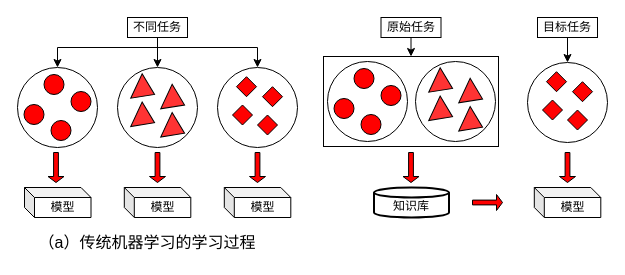
The draw.io diagram 迁移学习介绍.drawio in sunray42/diagrams, before the edit. Source tidied: cells renumbered, new cells numbered last; positions are measured from the earlier drawing's top-left corner, leaving out a move shared by most shapes. Both pictures are drawn from the tidied source at 100%, with x=0, y=0 at pixel (17, 17).
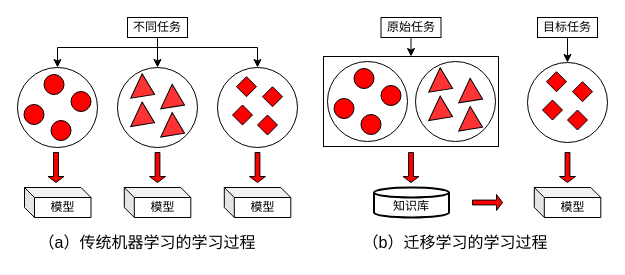
Above is the later version.

Commit message (it also covers changes not shown here):
更新迁移学习介绍.drawio

The edit, as a diff of the source:
```diff
@@
+    <mxCell id="54" value="&lt;font style=&quot;font-size: 16px;&quot;&gt;（b）迁移学习的学习过程&lt;/font&gt;" style="text;html=1;align=center;verticalAlign=middle;whiteSpace=wrap;rounded=0;" parent="1" vertex="1">
+      <mxGeometry x="318" y="210" width="240" height="30" as="geometry" />
+    </mxCell>
```
